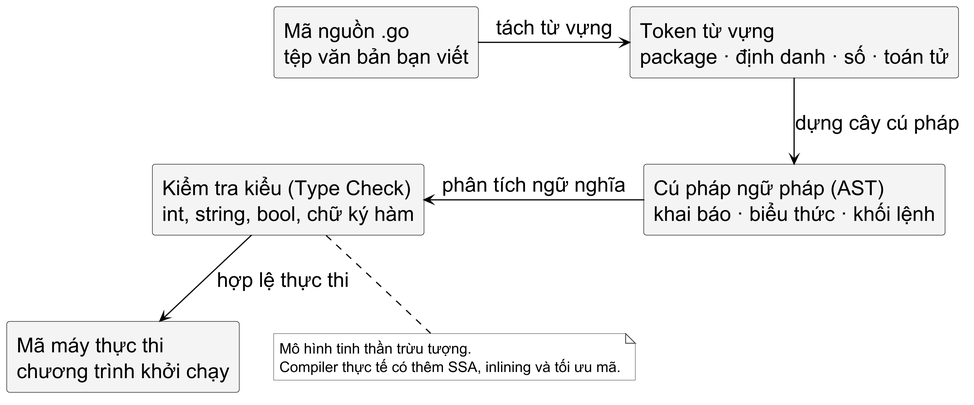
Earlier version of the PlantUML export assets/diagrams/compiler-doc-go.png (Minhlike/Golang).
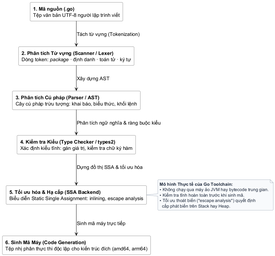
After the commit.

What changed in the source:
```diff
@@ -1,40 +1,45 @@
 @startuml
-skinparamlocked dpi 300
-skinparam backgroundColor white
+skinparam backgroundColor #FFFFFF
+skinparam defaultFontName "Source Sans 3"
+skinparam defaultFontSize 16
 skinparam shadowing false
-skinparam defaultFontName "Source Sans 3"
-skinparam defaultFontSize 21
-skinparam defaultFontColor #000000
+skinparam roundCorner 6
+skinparam arrowColor #222222
+skinparam arrowThickness 1.2
+
 skinparam rectangle {
-  BackgroundColor #F4F4F4
-  BorderColor #000000
+  BackgroundColor #FFFFFF
+  BorderColor #222222
   FontColor #000000
-  RoundCorner 6
 }
-skinparam arrowColor #000000
-skinparam ArrowThickness 1.2
+
 skinparam note {
-  BackgroundColor #FFFFFF
-  BorderColor #555555
-  FontColor #000000
-  FontName "Source Sans 3"
-  FontSize 15
+  BackgroundColor #F8FAFC
+  BorderColor #64748B
+  FontColor #1E293B
+  FontSize 14
 }
+
 top to bottom direction
 
-rectangle "Mã nguồn .go\ntệp văn bản bạn viết" as source
-rectangle "Token từ vựng\npackage · định danh · số · toán tử" as tokens
-rectangle "Cú pháp ngữ pháp (AST)\nkhai báo · biểu thức · khối lệnh" as syntax
-rectangle "Kiểm tra kiểu (Type Check)\nint, string, bool, chữ ký hàm" as types
-rectangle "Mã máy thực thi\nchương trình khởi chạy" as run
+rectangle "<b>1. Mã nguồn (.go)</b>\nTệp văn bản UTF-8 người lập trình viết" as source
+rectangle "<b>2. Phân tích Từ vựng (Scanner / Lexer)</b>\nDòng token: <i>package</i> · định danh · toán tử · ký tự" as tokens
+rectangle "<b>3. Phân tích Cú pháp (Parser / AST)</b>\nCây cú pháp trừu tượng: khai báo, biểu thức, khối lệnh" as syntax
+rectangle "<b>4. Kiểm tra Kiểu (Type Checker / types2)</b>\nXác định kiểu tĩnh: gán giá trị, kiểm tra chữ ký hàm" as types
+rectangle "<b>5. Tối ưu hóa & Hạ cấp (SSA Backend)</b>\nBiểu diễn Static Single Assignment: inlining, escape analysis" as ssa
+rectangle "<b>6. Sinh Mã Máy (Code Generation)</b>\nTệp nhị phân thực thi độc lập cho kiến trúc đích (amd64, arm64)" as run
 
-source -right-> tokens : tách từ vựng
-tokens -down-> syntax : dựng cây cú pháp
-syntax -left-> types : phân tích ngữ nghĩa
-types -down-> run : hợp lệ thực thi
+source -down-> tokens : Tách từ vựng (Tokenization)
+tokens -down-> syntax : Xây dựng AST
+syntax -down-> types : Phân tích ngữ nghĩa & ràng buộc kiểu
+types -down-> ssa : Dựng đồ thị SSA & tối ưu hóa
+ssa -down-> run : Sinh mã máy trực tiếp
 
-note bottom of types
-  Mô hình tinh thần trừu tượng.
-  Compiler thực tế có thêm SSA, inlining và tối ưu mã.
+note right of ssa
+  <b>Mô hình Thực tế của Go Toolchain:</b>
+  • Không chạy qua máy ảo JVM hay bytecode trung gian.
+  • Kiểm tra tĩnh hoàn toàn trước khi sinh mã.
+  • Tối ưu thoát biến (*escape analysis*) quyết định
+    cấp phát biến trên Stack hay Heap.
 end note
 @enduml
```
